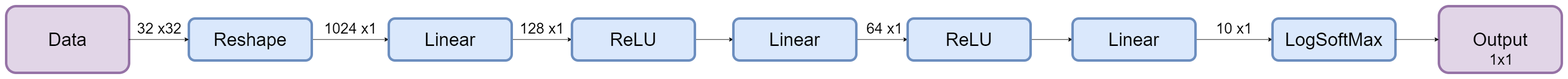
PnkUncrn/DeepL keeps this draw.io diagram as Report/MS Thesis LaTex Template/MLPArchitecture.png. Above is the earlier version. Source tidied: cells renumbered, new cells last; positions are measured from the earlier drawing's top-left corner, leaving out a move shared by most shapes. Source of this version:
```xml
<mxGraphModel math="1">
  <root>
    <mxCell id="0" />
    <mxCell id="1" parent="0" />
    <mxCell id="2" style="edgeStyle=orthogonalEdgeStyle;rounded=0;jettySize=auto;html=1;" parent="1" edge="1" source="3" target="5">
      <mxGeometry relative="1" as="geometry" />
    </mxCell>
    <mxCell id="3" value="&lt;span style=&quot;font-size: 37px ; font-weight: 400&quot;&gt;Reshape&lt;/span&gt;" style="rounded=1;whiteSpace=wrap;html=1;strokeWidth=5;fillColor=#dae8fc;strokeColor=#6c8ebf;fontStyle=1;" parent="1" vertex="1">
      <mxGeometry x="370" y="25" width="249" height="85" as="geometry" />
    </mxCell>
    <mxCell id="4" style="edgeStyle=orthogonalEdgeStyle;rounded=0;jettySize=auto;html=1;" parent="1" edge="1" source="5" target="7">
      <mxGeometry relative="1" as="geometry" />
    </mxCell>
    <mxCell id="5" value="&lt;span style=&quot;font-size: 37px ; font-weight: 400&quot;&gt;Linear&lt;/span&gt;" style="rounded=1;whiteSpace=wrap;html=1;strokeWidth=5;fillColor=#dae8fc;strokeColor=#6c8ebf;fontStyle=1;" parent="1" vertex="1">
      <mxGeometry x="775" y="25" width="249" height="85" as="geometry" />
    </mxCell>
    <mxCell id="6" style="edgeStyle=orthogonalEdgeStyle;rounded=0;jettySize=auto;html=1;" parent="1" edge="1" source="7" target="9">
      <mxGeometry relative="1" as="geometry" />
    </mxCell>
    <mxCell id="7" value="&lt;span style=&quot;font-size: 37px ; font-weight: 400&quot;&gt;ReLU&lt;/span&gt;" style="rounded=1;whiteSpace=wrap;html=1;strokeWidth=5;fillColor=#dae8fc;strokeColor=#6c8ebf;fontStyle=1;" parent="1" vertex="1">
      <mxGeometry x="1146" y="25" width="249" height="85" as="geometry" />
    </mxCell>
    <mxCell id="8" style="edgeStyle=orthogonalEdgeStyle;rounded=0;jettySize=auto;html=1;" parent="1" edge="1" source="9" target="11">
      <mxGeometry relative="1" as="geometry" />
    </mxCell>
    <mxCell id="9" value="&lt;span style=&quot;font-size: 37px ; font-weight: 400&quot;&gt;Linear&lt;/span&gt;" style="rounded=1;whiteSpace=wrap;html=1;strokeWidth=5;fillColor=#dae8fc;strokeColor=#6c8ebf;fontStyle=1;" parent="1" vertex="1">
      <mxGeometry x="1473" y="25" width="249" height="85" as="geometry" />
    </mxCell>
    <mxCell id="10" style="edgeStyle=orthogonalEdgeStyle;rounded=0;jettySize=auto;html=1;" parent="1" edge="1" source="11" target="13">
      <mxGeometry relative="1" as="geometry" />
    </mxCell>
    <mxCell id="11" value="&lt;span style=&quot;font-size: 37px ; font-weight: 400&quot;&gt;ReLU&lt;/span&gt;" style="rounded=1;whiteSpace=wrap;html=1;strokeWidth=5;fillColor=#dae8fc;strokeColor=#6c8ebf;fontStyle=1;" parent="1" vertex="1">
      <mxGeometry x="1826" y="25" width="249" height="85" as="geometry" />
    </mxCell>
    <mxCell id="12" style="edgeStyle=orthogonalEdgeStyle;rounded=0;jettySize=auto;html=1;" parent="1" edge="1" source="13" target="14">
      <mxGeometry relative="1" as="geometry" />
    </mxCell>
    <mxCell id="13" value="&lt;span style=&quot;font-size: 37px ; font-weight: 400&quot;&gt;Linear&lt;/span&gt;" style="rounded=1;whiteSpace=wrap;html=1;strokeWidth=5;fillColor=#dae8fc;strokeColor=#6c8ebf;fontStyle=1;" parent="1" vertex="1">
      <mxGeometry x="2160" y="25" width="249" height="85" as="geometry" />
    </mxCell>
    <mxCell id="14" value="&lt;span style=&quot;font-size: 37px ; font-weight: 400&quot;&gt;LogSoftMax&lt;/span&gt;" style="rounded=1;whiteSpace=wrap;html=1;strokeWidth=5;fillColor=#dae8fc;strokeColor=#6c8ebf;fontStyle=1;" parent="1" vertex="1">
      <mxGeometry x="2565" y="25" width="249" height="85" as="geometry" />
    </mxCell>
    <mxCell id="15" value="&lt;span style=&quot;font-size: 37px ; font-weight: 400&quot;&gt;Data&lt;/span&gt;" style="rounded=1;whiteSpace=wrap;html=1;strokeWidth=5;fillColor=#e1d5e7;strokeColor=#9673a6;fontStyle=1;" parent="1" vertex="1">
      <mxGeometry width="249" height="135" as="geometry" />
    </mxCell>
    <mxCell id="16" value="&lt;font style=&quot;font-size: 30px&quot;&gt;1024 x1&lt;/font&gt;" style="text;html=1;align=center;verticalAlign=middle;" parent="1" vertex="1">
      <mxGeometry x="639" y="34" width="116" height="23" as="geometry" />
    </mxCell>
    <mxCell id="17" value="&lt;font style=&quot;font-size: 30px&quot;&gt;128 x1&lt;/font&gt;" style="text;html=1;align=center;verticalAlign=middle;" parent="1" vertex="1">
      <mxGeometry x="1035" y="34" width="100" height="23" as="geometry" />
    </mxCell>
    <mxCell id="18" value="&lt;span style=&quot;font-size: 30px&quot;&gt;64 x1&lt;/span&gt;" style="text;html=1;align=center;verticalAlign=middle;" parent="1" vertex="1">
      <mxGeometry x="1737" y="34" width="84" height="23" as="geometry" />
    </mxCell>
    <mxCell id="19" value="&lt;span style=&quot;font-size: 30px&quot;&gt;10 x1&lt;/span&gt;" style="text;html=1;align=center;verticalAlign=middle;" parent="1" vertex="1">
      <mxGeometry x="2445" y="34" width="84" height="23" as="geometry" />
    </mxCell>
    <mxCell id="20" value="&lt;font style=&quot;font-size: 30px&quot;&gt;32 x32&lt;/font&gt;" style="text;html=1;align=center;verticalAlign=middle;" parent="1" vertex="1">
      <mxGeometry x="260" y="34" width="100" height="23" as="geometry" />
    </mxCell>
    <mxCell id="21" value="&lt;span style=&quot;font-size: 30px&quot;&gt;1 x1&lt;/span&gt;" style="text;html=1;align=center;verticalAlign=middle;" parent="1" vertex="1">
      <mxGeometry x="3007" y="87" width="67" height="23" as="geometry" />
    </mxCell>
    <mxCell id="22" value="&lt;span style=&quot;font-size: 37px ; font-weight: 400&quot;&gt;Output&lt;/span&gt;" style="rounded=1;whiteSpace=wrap;html=1;strokeWidth=5;fillColor=#e1d5e7;strokeColor=#9673a6;fontStyle=1;" parent="1" vertex="1">
      <mxGeometry x="2902" width="249" height="135" as="geometry" />
    </mxCell>
    <mxCell id="23" style="endArrow=classic;html=1;exitX=1;exitY=0.5;exitDx=0;exitDy=0;entryX=0;entryY=0.5;entryDx=0;entryDy=0;" parent="1" edge="1" source="15" target="3">
      <mxGeometry relative="1" as="geometry" />
    </mxCell>
    <mxCell id="24" style="endArrow=classic;html=1;entryX=0;entryY=0.5;entryDx=0;entryDy=0;exitX=1;exitY=0.5;exitDx=0;exitDy=0;" parent="1" edge="1" source="14" target="22">
      <mxGeometry relative="1" as="geometry" />
    </mxCell>
    <mxCell id="25" value="&lt;span style=&quot;font-size: 30px&quot;&gt;1x1&lt;/span&gt;" style="text;html=1;align=center;verticalAlign=middle;" parent="1" vertex="1">
      <mxGeometry x="2998.5" y="97" width="58" height="23" as="geometry" />
    </mxCell>
  </root>
</mxGraphModel>
```
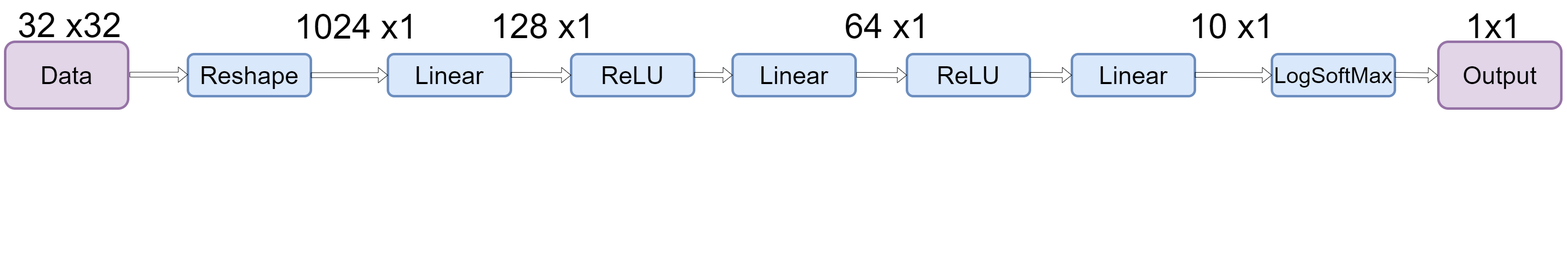
The same file after the commit.

Commit message:
Added changed proposed by professors

What changed in the source:
```diff
@@ -2,77 +2,99 @@
   <root>
     <mxCell id="0" />
     <mxCell id="1" parent="0" />
-    <mxCell id="2" style="edgeStyle=orthogonalEdgeStyle;rounded=0;jettySize=auto;html=1;" parent="1" edge="1" source="3" target="5">
-      <mxGeometry relative="1" as="geometry" />
+    <mxCell id="2" value="&lt;span style=&quot;font-weight: 400&quot;&gt;&lt;font style=&quot;font-size: 50px&quot;&gt;Reshape&lt;/font&gt;&lt;/span&gt;" style="rounded=1;whiteSpace=wrap;html=1;strokeWidth=5;fillColor=#dae8fc;strokeColor=#6c8ebf;fontStyle=1;" parent="1" vertex="1">
+      <mxGeometry x="370" y="25" width="249" height="85" as="geometry" />
     </mxCell>
-    <mxCell id="3" value="&lt;span style=&quot;font-size: 37px ; font-weight: 400&quot;&gt;Reshape&lt;/span&gt;" style="rounded=1;whiteSpace=wrap;html=1;strokeWidth=5;fillColor=#dae8fc;strokeColor=#6c8ebf;fontStyle=1;" parent="1" vertex="1">
-      <mxGeometry x="370" y="25" width="249" height="85" as="geometry" />
+    <mxCell id="3" value="&lt;span style=&quot;font-weight: 400&quot;&gt;&lt;font style=&quot;font-size: 50px&quot;&gt;Linear&lt;/font&gt;&lt;/span&gt;" style="rounded=1;whiteSpace=wrap;html=1;strokeWidth=5;fillColor=#dae8fc;strokeColor=#6c8ebf;fontStyle=1;" parent="1" vertex="1">
+      <mxGeometry x="775" y="25" width="249" height="85" as="geometry" />
     </mxCell>
-    <mxCell id="4" style="edgeStyle=orthogonalEdgeStyle;rounded=0;jettySize=auto;html=1;" parent="1" edge="1" source="5" target="7">
-      <mxGeometry relative="1" as="geometry" />
+    <mxCell id="4" value="&lt;span style=&quot;font-weight: 400&quot;&gt;&lt;font style=&quot;font-size: 50px&quot;&gt;ReLU&lt;/font&gt;&lt;/span&gt;" style="rounded=1;whiteSpace=wrap;html=1;strokeWidth=5;fillColor=#dae8fc;strokeColor=#6c8ebf;fontStyle=1;" parent="1" vertex="1">
+      <mxGeometry x="1146" y="25" width="249" height="85" as="geometry" />
     </mxCell>
-    <mxCell id="5" value="&lt;span style=&quot;font-size: 37px ; font-weight: 400&quot;&gt;Linear&lt;/span&gt;" style="rounded=1;whiteSpace=wrap;html=1;strokeWidth=5;fillColor=#dae8fc;strokeColor=#6c8ebf;fontStyle=1;" parent="1" vertex="1">
-      <mxGeometry x="775" y="25" width="249" height="85" as="geometry" />
+    <mxCell id="5" value="&lt;span style=&quot;font-weight: 400&quot;&gt;&lt;font style=&quot;font-size: 50px&quot;&gt;Linear&lt;/font&gt;&lt;/span&gt;" style="rounded=1;whiteSpace=wrap;html=1;strokeWidth=5;fillColor=#dae8fc;strokeColor=#6c8ebf;fontStyle=1;" parent="1" vertex="1">
+      <mxGeometry x="1473" y="25" width="249" height="85" as="geometry" />
     </mxCell>
-    <mxCell id="6" style="edgeStyle=orthogonalEdgeStyle;rounded=0;jettySize=auto;html=1;" parent="1" edge="1" source="7" target="9">
-      <mxGeometry relative="1" as="geometry" />
+    <mxCell id="6" value="&lt;span style=&quot;font-weight: 400&quot;&gt;&lt;font style=&quot;font-size: 50px&quot;&gt;ReLU&lt;/font&gt;&lt;/span&gt;" style="rounded=1;whiteSpace=wrap;html=1;strokeWidth=5;fillColor=#dae8fc;strokeColor=#6c8ebf;fontStyle=1;" parent="1" vertex="1">
+      <mxGeometry x="1826" y="25" width="249" height="85" as="geometry" />
     </mxCell>
-    <mxCell id="7" value="&lt;span style=&quot;font-size: 37px ; font-weight: 400&quot;&gt;ReLU&lt;/span&gt;" style="rounded=1;whiteSpace=wrap;html=1;strokeWidth=5;fillColor=#dae8fc;strokeColor=#6c8ebf;fontStyle=1;" parent="1" vertex="1">
-      <mxGeometry x="1146" y="25" width="249" height="85" as="geometry" />
+    <mxCell id="7" value="&lt;span style=&quot;font-weight: 400&quot;&gt;&lt;font style=&quot;font-size: 50px&quot;&gt;Linear&lt;/font&gt;&lt;/span&gt;" style="rounded=1;whiteSpace=wrap;html=1;strokeWidth=5;fillColor=#dae8fc;strokeColor=#6c8ebf;fontStyle=1;" parent="1" vertex="1">
+      <mxGeometry x="2160" y="25" width="249" height="85" as="geometry" />
     </mxCell>
-    <mxCell id="8" style="edgeStyle=orthogonalEdgeStyle;rounded=0;jettySize=auto;html=1;" parent="1" edge="1" source="9" target="11">
-      <mxGeometry relative="1" as="geometry" />
+    <mxCell id="8" value="&lt;span style=&quot;font-weight: 400&quot;&gt;&lt;font style=&quot;font-size: 45px&quot;&gt;LogSoftMax&lt;/font&gt;&lt;/span&gt;" style="rounded=1;whiteSpace=wrap;html=1;strokeWidth=5;fillColor=#dae8fc;strokeColor=#6c8ebf;fontStyle=1;" parent="1" vertex="1">
+      <mxGeometry x="2565" y="25" width="249" height="85" as="geometry" />
     </mxCell>
-    <mxCell id="9" value="&lt;span style=&quot;font-size: 37px ; font-weight: 400&quot;&gt;Linear&lt;/span&gt;" style="rounded=1;whiteSpace=wrap;html=1;strokeWidth=5;fillColor=#dae8fc;strokeColor=#6c8ebf;fontStyle=1;" parent="1" vertex="1">
-      <mxGeometry x="1473" y="25" width="249" height="85" as="geometry" />
+    <mxCell id="9" value="&lt;span style=&quot;font-weight: 400&quot;&gt;&lt;font style=&quot;font-size: 50px&quot;&gt;Data&lt;/font&gt;&lt;/span&gt;" style="rounded=1;whiteSpace=wrap;html=1;strokeWidth=5;fillColor=#e1d5e7;strokeColor=#9673a6;fontStyle=1;" parent="1" vertex="1">
+      <mxGeometry width="249" height="135" as="geometry" />
     </mxCell>
-    <mxCell id="10" style="edgeStyle=orthogonalEdgeStyle;rounded=0;jettySize=auto;html=1;" parent="1" edge="1" source="11" target="13">
-      <mxGeometry relative="1" as="geometry" />
+    <mxCell id="10" style="edgeStyle=orthogonalEdgeStyle;rounded=0;orthogonalLoop=1;jettySize=auto;html=1;exitX=0.5;exitY=1;exitDx=0;exitDy=0;" parent="1" edge="1">
+      <mxGeometry relative="1" as="geometry">
+        <mxPoint x="576.5" y="435" as="sourcePoint" />
+        <mxPoint x="576.5" y="435" as="targetPoint" />
+      </mxGeometry>
     </mxCell>
-    <mxCell id="11" value="&lt;span style=&quot;font-size: 37px ; font-weight: 400&quot;&gt;ReLU&lt;/span&gt;" style="rounded=1;whiteSpace=wrap;html=1;strokeWidth=5;fillColor=#dae8fc;strokeColor=#6c8ebf;fontStyle=1;" parent="1" vertex="1">
-      <mxGeometry x="1826" y="25" width="249" height="85" as="geometry" />
+    <mxCell id="11" value="&lt;font style=&quot;font-size: 70px&quot;&gt;1024 x1&lt;/font&gt;" style="text;html=1;align=center;verticalAlign=middle;points=[];" parent="1" vertex="1">
+      <mxGeometry x="580" y="-50" width="259" height="37" as="geometry" />
     </mxCell>
-    <mxCell id="12" style="edgeStyle=orthogonalEdgeStyle;rounded=0;jettySize=auto;html=1;" parent="1" edge="1" source="13" target="14">
-      <mxGeometry relative="1" as="geometry" />
+    <mxCell id="12" value="&lt;font style=&quot;font-size: 70px;&quot;&gt;128 x1&lt;/font&gt;" style="text;html=1;align=center;verticalAlign=middle;fontSize=70;" parent="1" vertex="1">
+      <mxGeometry x="978" y="-76" width="220" height="88" as="geometry" />
     </mxCell>
-    <mxCell id="13" value="&lt;span style=&quot;font-size: 37px ; font-weight: 400&quot;&gt;Linear&lt;/span&gt;" style="rounded=1;whiteSpace=wrap;html=1;strokeWidth=5;fillColor=#dae8fc;strokeColor=#6c8ebf;fontStyle=1;" parent="1" vertex="1">
-      <mxGeometry x="2160" y="25" width="249" height="85" as="geometry" />
+    <mxCell id="13" value="&lt;font style=&quot;font-size: 70px;&quot;&gt;64 x1&lt;/font&gt;" style="text;html=1;align=center;verticalAlign=middle;points=[];fontSize=70;" parent="1" vertex="1">
+      <mxGeometry x="1694" y="-76" width="181" height="88" as="geometry" />
     </mxCell>
-    <mxCell id="14" value="&lt;span style=&quot;font-size: 37px ; font-weight: 400&quot;&gt;LogSoftMax&lt;/span&gt;" style="rounded=1;whiteSpace=wrap;html=1;strokeWidth=5;fillColor=#dae8fc;strokeColor=#6c8ebf;fontStyle=1;" parent="1" vertex="1">
-      <mxGeometry x="2565" y="25" width="249" height="85" as="geometry" />
+    <mxCell id="14" value="&lt;font style=&quot;font-size: 70px;&quot;&gt;10 x1&lt;/font&gt;" style="text;html=1;align=center;verticalAlign=middle;points=[];fontSize=70;" parent="1" vertex="1">
+      <mxGeometry x="2392" y="-76" width="181" height="88" as="geometry" />
     </mxCell>
-    <mxCell id="15" value="&lt;span style=&quot;font-size: 37px ; font-weight: 400&quot;&gt;Data&lt;/span&gt;" style="rounded=1;whiteSpace=wrap;html=1;strokeWidth=5;fillColor=#e1d5e7;strokeColor=#9673a6;fontStyle=1;" parent="1" vertex="1">
-      <mxGeometry width="249" height="135" as="geometry" />
+    <mxCell id="15" value="&lt;font style=&quot;font-size: 70px&quot;&gt;32 x32&lt;/font&gt;" style="text;html=1;align=center;verticalAlign=middle;points=[];" parent="1" vertex="1">
+      <mxGeometry x="20" y="-53" width="220" height="37" as="geometry" />
     </mxCell>
-    <mxCell id="16" value="&lt;font style=&quot;font-size: 30px&quot;&gt;1024 x1&lt;/font&gt;" style="text;html=1;align=center;verticalAlign=middle;" parent="1" vertex="1">
-      <mxGeometry x="639" y="34" width="116" height="23" as="geometry" />
+    <mxCell id="16" value="&lt;span style=&quot;font-size: 30px&quot;&gt;1 x1&lt;/span&gt;" style="text;html=1;align=center;verticalAlign=middle;" parent="1" vertex="1">
+      <mxGeometry x="3007" y="87" width="67" height="23" as="geometry" />
     </mxCell>
-    <mxCell id="17" value="&lt;font style=&quot;font-size: 30px&quot;&gt;128 x1&lt;/font&gt;" style="text;html=1;align=center;verticalAlign=middle;" parent="1" vertex="1">
-      <mxGeometry x="1035" y="34" width="100" height="23" as="geometry" />
+    <mxCell id="17" value="&lt;span style=&quot;font-weight: 400&quot;&gt;&lt;font style=&quot;font-size: 50px&quot;&gt;Output&lt;/font&gt;&lt;/span&gt;" style="rounded=1;whiteSpace=wrap;html=1;strokeWidth=5;fillColor=#e1d5e7;strokeColor=#9673a6;fontStyle=1;" parent="1" vertex="1">
+      <mxGeometry x="2902" width="249" height="135" as="geometry" />
     </mxCell>
-    <mxCell id="18" value="&lt;span style=&quot;font-size: 30px&quot;&gt;64 x1&lt;/span&gt;" style="text;html=1;align=center;verticalAlign=middle;" parent="1" vertex="1">
-      <mxGeometry x="1737" y="34" width="84" height="23" as="geometry" />
+    <mxCell id="18" value="&lt;font style=&quot;font-size: 70px;&quot;&gt;1x1&lt;/font&gt;" style="text;html=1;align=center;verticalAlign=middle;fontSize=70;" parent="1" vertex="1">
+      <mxGeometry x="2951" y="-75.5" width="123" height="88" as="geometry" />
     </mxCell>
-    <mxCell id="19" value="&lt;span style=&quot;font-size: 30px&quot;&gt;10 x1&lt;/span&gt;" style="text;html=1;align=center;verticalAlign=middle;" parent="1" vertex="1">
-      <mxGeometry x="2445" y="34" width="84" height="23" as="geometry" />
+    <mxCell id="19" style="shape=flexArrow;endArrow=classic;html=1;fontSize=70;exitX=1;exitY=0.5;exitDx=0;exitDy=0;entryX=0;entryY=0.5;entryDx=0;entryDy=0;" parent="1" edge="1" source="2" target="3">
+      <mxGeometry relative="1" as="geometry" />
     </mxCell>
-    <mxCell id="20" value="&lt;font style=&quot;font-size: 30px&quot;&gt;32 x32&lt;/font&gt;" style="text;html=1;align=center;verticalAlign=middle;" parent="1" vertex="1">
-      <mxGeometry x="260" y="34" width="100" height="23" as="geometry" />
+    <mxCell id="20" style="shape=flexArrow;endArrow=classic;html=1;fontSize=70;" parent="1" edge="1">
+      <mxGeometry relative="1" as="geometry">
+        <mxPoint x="252" y="66.5" as="sourcePoint" />
+        <mxPoint x="370" y="66.5" as="targetPoint" />
+      </mxGeometry>
     </mxCell>
-    <mxCell id="21" value="&lt;span style=&quot;font-size: 30px&quot;&gt;1 x1&lt;/span&gt;" style="text;html=1;align=center;verticalAlign=middle;" parent="1" vertex="1">
-      <mxGeometry x="3007" y="87" width="67" height="23" as="geometry" />
+    <mxCell id="21" style="shape=flexArrow;endArrow=classic;html=1;fontSize=70;exitX=1;exitY=0.5;exitDx=0;exitDy=0;entryX=0;entryY=0.5;entryDx=0;entryDy=0;" parent="1" edge="1" target="4">
+      <mxGeometry relative="1" as="geometry">
+        <mxPoint x="1024" y="66.9" as="sourcePoint" />
+      </mxGeometry>
     </mxCell>
-    <mxCell id="22" value="&lt;span style=&quot;font-size: 37px ; font-weight: 400&quot;&gt;Output&lt;/span&gt;" style="rounded=1;whiteSpace=wrap;html=1;strokeWidth=5;fillColor=#e1d5e7;strokeColor=#9673a6;fontStyle=1;" parent="1" vertex="1">
-      <mxGeometry x="2902" width="249" height="135" as="geometry" />
+    <mxCell id="22" style="shape=flexArrow;endArrow=classic;html=1;fontSize=70;exitX=1;exitY=0.5;exitDx=0;exitDy=0;entryX=0;entryY=0.5;entryDx=0;entryDy=0;" parent="1" edge="1" target="7">
+      <mxGeometry relative="1" as="geometry">
+        <mxPoint x="2075" y="66.9" as="sourcePoint" />
+      </mxGeometry>
     </mxCell>
-    <mxCell id="23" style="endArrow=classic;html=1;exitX=1;exitY=0.5;exitDx=0;exitDy=0;entryX=0;entryY=0.5;entryDx=0;entryDy=0;" parent="1" edge="1" source="15" target="3">
-      <mxGeometry relative="1" as="geometry" />
+    <mxCell id="23" style="shape=flexArrow;endArrow=classic;html=1;fontSize=70;exitX=1;exitY=0.5;exitDx=0;exitDy=0;entryX=0;entryY=0.5;entryDx=0;entryDy=0;" parent="1" edge="1" target="5">
+      <mxGeometry relative="1" as="geometry">
+        <mxPoint x="1395" y="66.9" as="sourcePoint" />
+      </mxGeometry>
     </mxCell>
-    <mxCell id="24" style="endArrow=classic;html=1;entryX=0;entryY=0.5;entryDx=0;entryDy=0;exitX=1;exitY=0.5;exitDx=0;exitDy=0;" parent="1" edge="1" source="14" target="22">
-      <mxGeometry relative="1" as="geometry" />
+    <mxCell id="24" style="shape=flexArrow;endArrow=classic;html=1;fontSize=70;exitX=1;exitY=0.5;exitDx=0;exitDy=0;entryX=0;entryY=0.5;entryDx=0;entryDy=0;" parent="1" edge="1" target="6">
+      <mxGeometry relative="1" as="geometry">
+        <mxPoint x="1723.5" y="66.9" as="sourcePoint" />
+      </mxGeometry>
     </mxCell>
-    <mxCell id="25" value="&lt;span style=&quot;font-size: 30px&quot;&gt;1x1&lt;/span&gt;" style="text;html=1;align=center;verticalAlign=middle;" parent="1" vertex="1">
-      <mxGeometry x="2998.5" y="97" width="58" height="23" as="geometry" />
+    <mxCell id="25" style="shape=flexArrow;endArrow=classic;html=1;fontSize=70;exitX=1;exitY=0.5;exitDx=0;exitDy=0;" parent="1" edge="1">
+      <mxGeometry relative="1" as="geometry">
+        <mxPoint x="2814" y="66.9" as="sourcePoint" />
+        <mxPoint x="2901" y="68" as="targetPoint" />
+      </mxGeometry>
     </mxCell>
+    <mxCell id="26" style="shape=flexArrow;endArrow=classic;html=1;fontSize=70;exitX=1;exitY=0.5;exitDx=0;exitDy=0;entryX=0;entryY=0.5;entryDx=0;entryDy=0;" parent="1" edge="1" target="8">
+      <mxGeometry relative="1" as="geometry">
+        <mxPoint x="2409" y="66.9" as="sourcePoint" />
+      </mxGeometry>
+    </mxCell>
   </root>
 </mxGraphModel>
```
